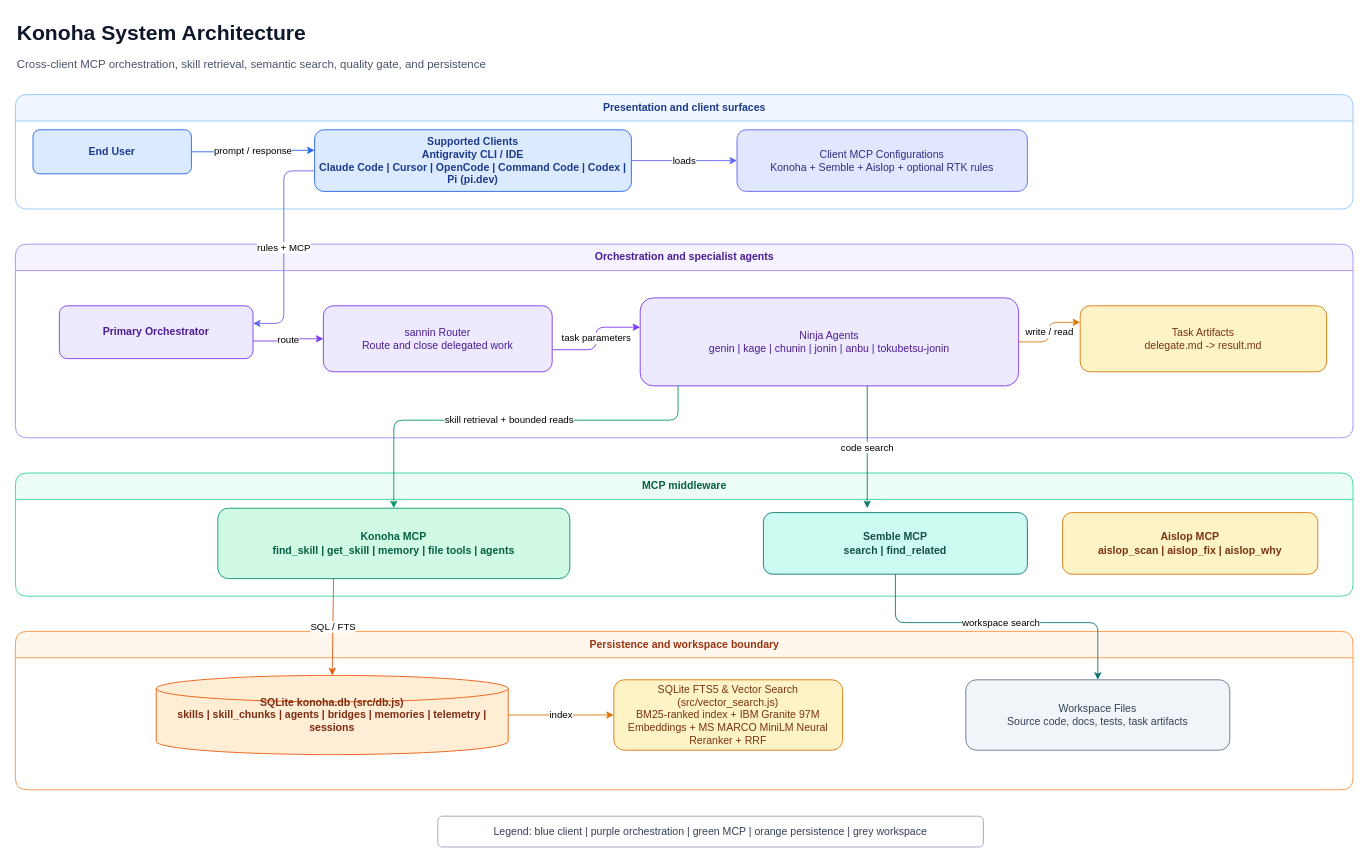
Before: page "01 System Architecture" (1 of 15) of docs/diagrams/konoha-architecture.drawio in andycungkrinx91/konoha, a draw.io diagram. Source tidied: cells renumbered, new cells numbered last; positions are measured from the earlier drawing's top-left corner, leaving out a move shared by most shapes. Both pictures are drawn from the tidied source at 88%, with x=0, y=0 at pixel (15, 15).
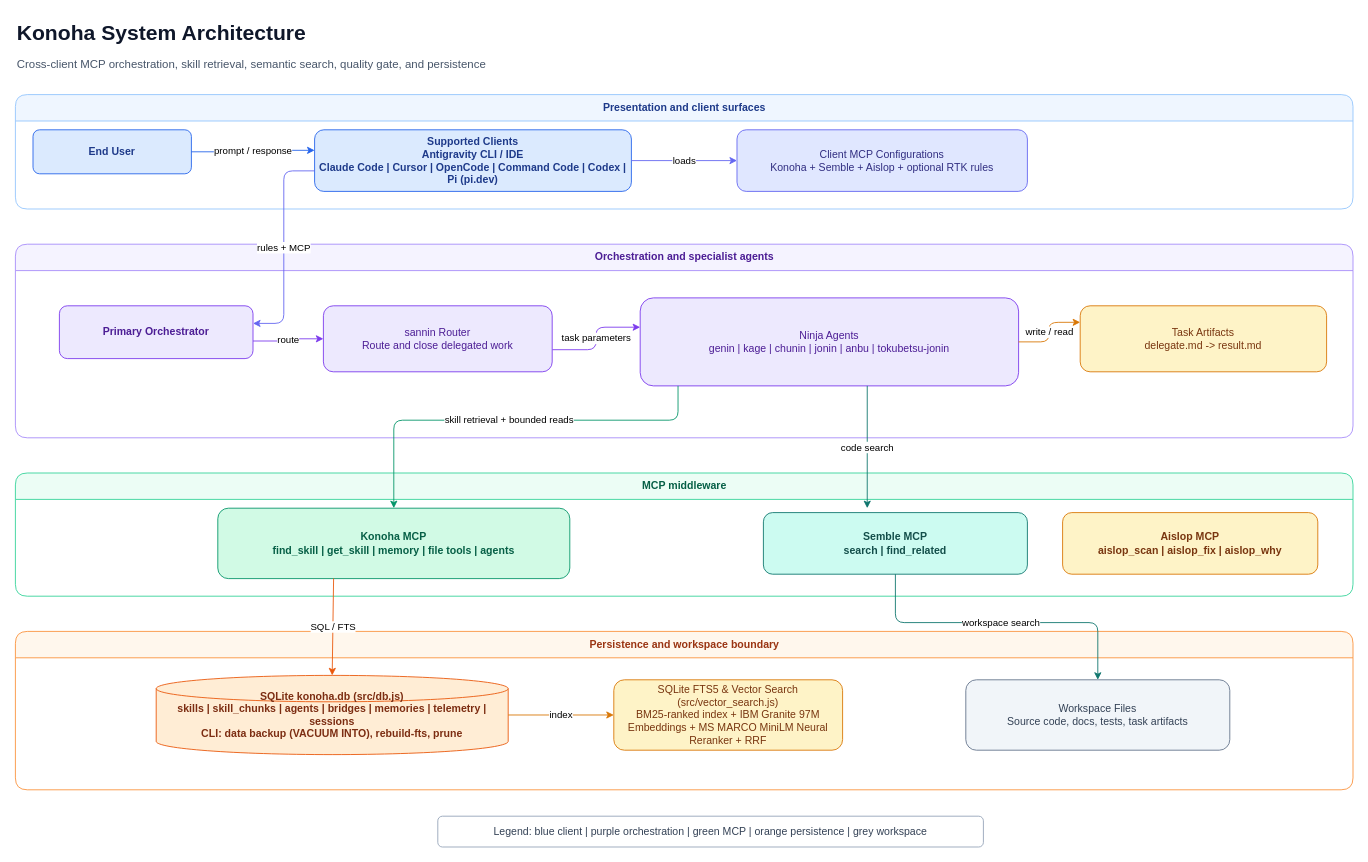
Above is the later version.

Commit message (it also covers changes not shown here):
docs(diagrams): update architecture drawio with data commands, episodic memory rule, and sandboxed runner

Unchanged cells that the change refers to:
```xml
<mxCell id="17" value="Persistence and workspace boundary" style="swimlane;html=1;rounded=1;startSize=30;fillColor=#fff7ed;strokeColor=#fb923c;fontColor=#9a3412;fontStyle=1;" parent="1" vertex="1">
  <mxGeometry y="700" width="1520" height="180" as="geometry" />
</mxCell>
```

Change to the diagram source:
```diff
@@
-    <mxCell id="18" value="SQLite konoha.db (src/db.js)&#10;skills | skill_chunks | agents | bridges | memories | telemetry | sessions" style="shape=cylinder3;html=1;whiteSpace=wrap;fillColor=#ffedd5;strokeColor=#ea580c;fontColor=#7c2d12;fontStyle=1;overflow=visible;" parent="17" vertex="1">
+    <mxCell id="18" value="SQLite konoha.db (src/db.js)&#10;skills | skill_chunks | agents | bridges | memories | telemetry | sessions&#10;CLI: data backup (VACUUM INTO), rebuild-fts, prune" style="shape=cylinder3;html=1;whiteSpace=wrap;fillColor=#ffedd5;strokeColor=#ea580c;fontColor=#7c2d12;fontStyle=1;overflow=visible;" parent="17" vertex="1">
       <mxGeometry x="160" y="50" width="400" height="90" as="geometry" />
     </mxCell>
```
